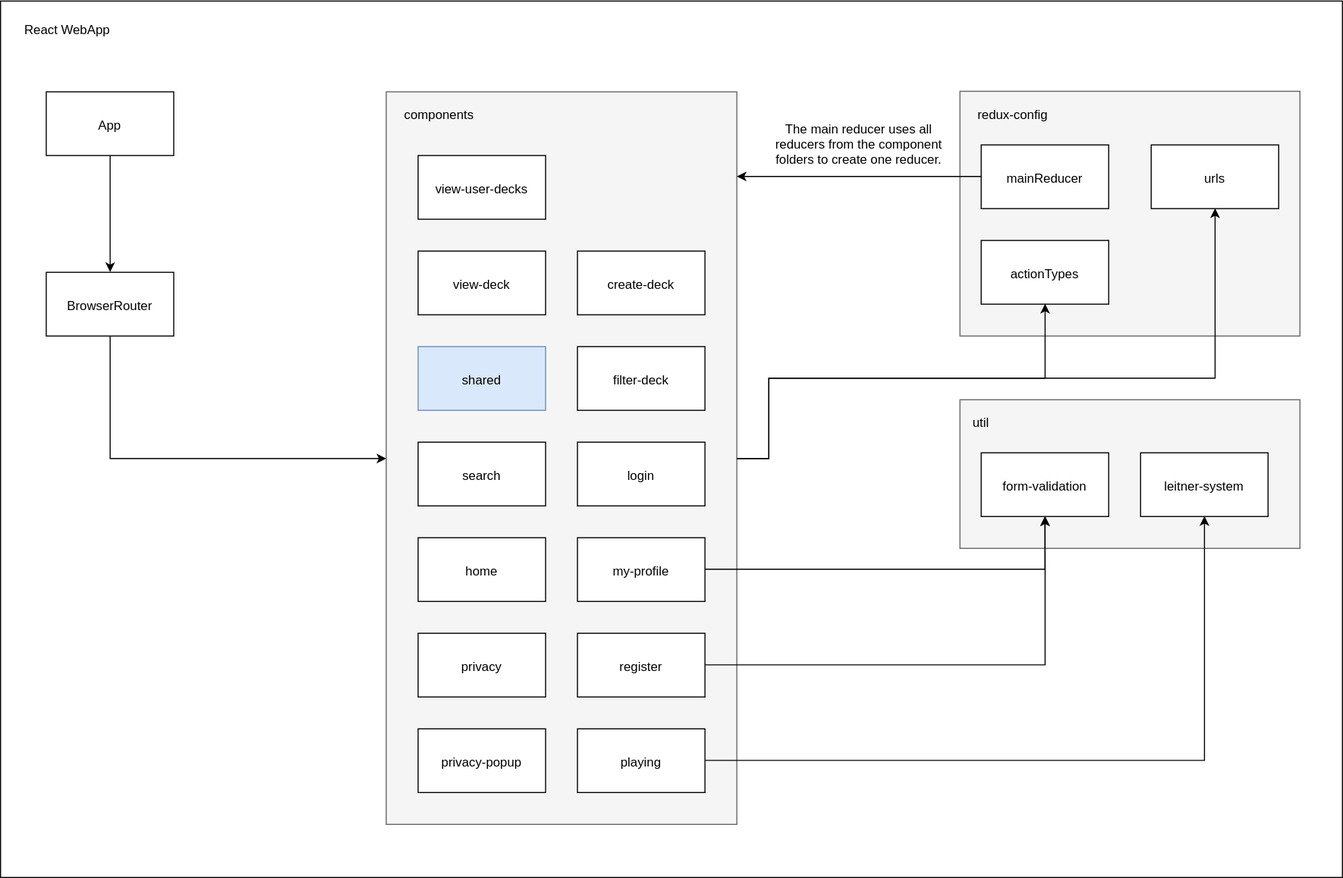
The draw.io diagram Documentatie/C4 model - React Native App Component.svg in JorisNijkamp1/Apprend, before a commit. Source tidied: cells renumbered, new cells last; positions are measured from the earlier drawing's top-left corner, leaving out a move shared by most shapes.
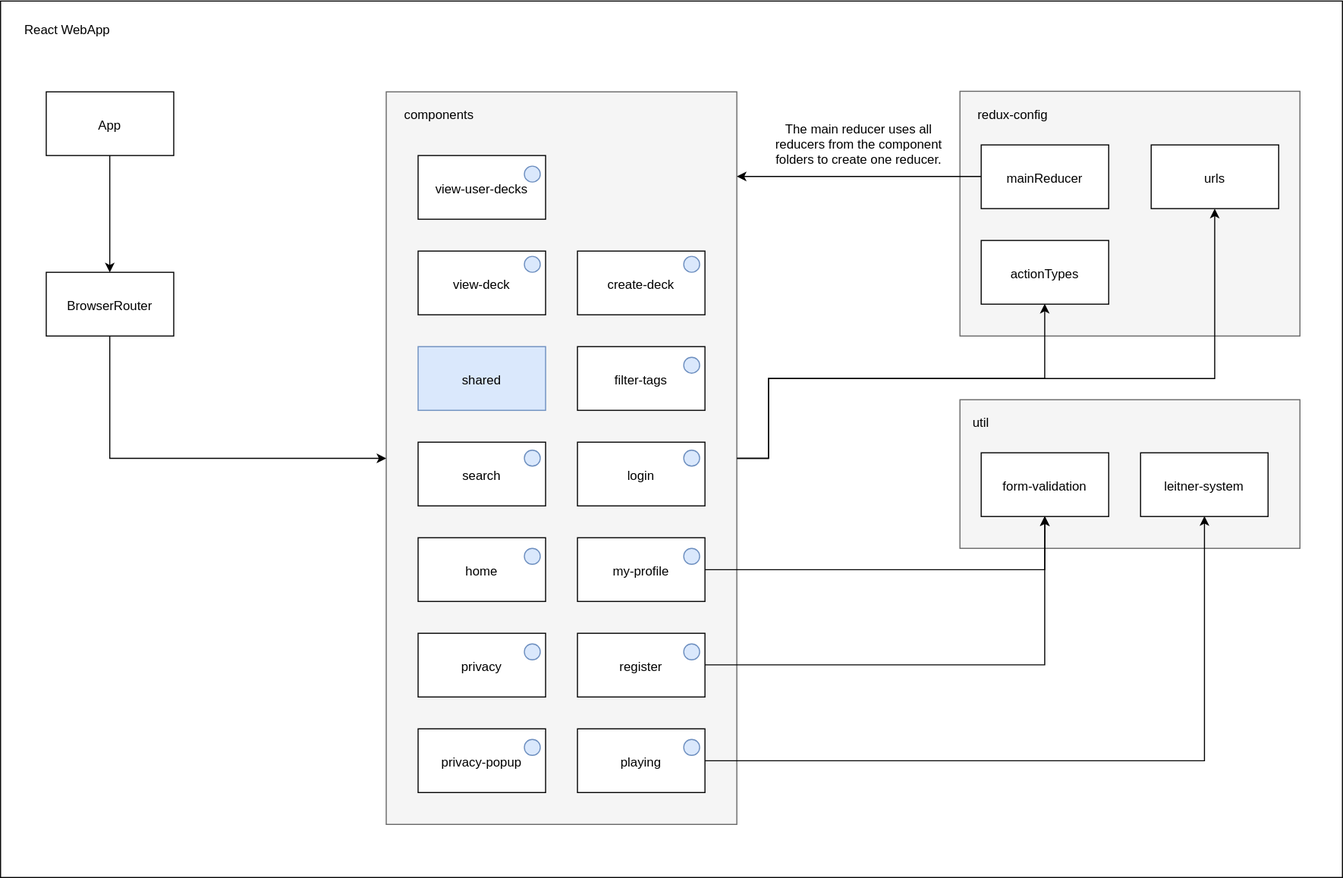
The same diagram one commit later.

Change to the diagram source:
```diff
@@ -58,7 +58,7 @@
     <mxCell id="18" value="create-deck" style="rounded=0;whiteSpace=wrap;html=1;" parent="1" vertex="1">
       <mxGeometry x="543" y="236" width="120" height="60" as="geometry" />
     </mxCell>
-    <mxCell id="19" value="filter-deck" style="rounded=0;whiteSpace=wrap;html=1;" parent="1" vertex="1">
+    <mxCell id="19" value="filter-tags" style="rounded=0;whiteSpace=wrap;html=1;" parent="1" vertex="1">
       <mxGeometry x="543" y="326" width="120" height="60" as="geometry" />
     </mxCell>
     <mxCell id="20" value="login" style="rounded=0;whiteSpace=wrap;html=1;" parent="1" vertex="1">
@@ -132,5 +132,41 @@
     <mxCell id="38" value="The main reducer uses all reducers from the component folders to create one reducer." style="text;html=1;strokeColor=none;fillColor=none;align=center;verticalAlign=middle;whiteSpace=wrap;rounded=0;" parent="1" vertex="1">
       <mxGeometry x="713" y="126" width="190" height="20" as="geometry" />
     </mxCell>
+    <mxCell id="39" style="ellipse;whiteSpace=wrap;html=1;fillColor=#dae8fc;strokeColor=#6c8ebf;" parent="1" vertex="1">
+      <mxGeometry x="493" y="241" width="15" height="15" as="geometry" />
+    </mxCell>
+    <mxCell id="40" style="ellipse;whiteSpace=wrap;html=1;fillColor=#dae8fc;strokeColor=#6c8ebf;" parent="1" vertex="1">
+      <mxGeometry x="493" y="156" width="15" height="15" as="geometry" />
+    </mxCell>
+    <mxCell id="41" style="ellipse;whiteSpace=wrap;html=1;fillColor=#dae8fc;strokeColor=#6c8ebf;" parent="1" vertex="1">
+      <mxGeometry x="643" y="241" width="15" height="15" as="geometry" />
+    </mxCell>
+    <mxCell id="42" style="ellipse;whiteSpace=wrap;html=1;fillColor=#dae8fc;strokeColor=#6c8ebf;" parent="1" vertex="1">
+      <mxGeometry x="643" y="336" width="15" height="15" as="geometry" />
+    </mxCell>
+    <mxCell id="43" style="ellipse;whiteSpace=wrap;html=1;fillColor=#dae8fc;strokeColor=#6c8ebf;" parent="1" vertex="1">
+      <mxGeometry x="493" y="516" width="15" height="15" as="geometry" />
+    </mxCell>
+    <mxCell id="44" style="ellipse;whiteSpace=wrap;html=1;fillColor=#dae8fc;strokeColor=#6c8ebf;" parent="1" vertex="1">
+      <mxGeometry x="643" y="423.5" width="15" height="15" as="geometry" />
+    </mxCell>
+    <mxCell id="45" style="ellipse;whiteSpace=wrap;html=1;fillColor=#dae8fc;strokeColor=#6c8ebf;" parent="1" vertex="1">
+      <mxGeometry x="643" y="516" width="15" height="15" as="geometry" />
+    </mxCell>
+    <mxCell id="46" style="ellipse;whiteSpace=wrap;html=1;fillColor=#dae8fc;strokeColor=#6c8ebf;" parent="1" vertex="1">
+      <mxGeometry x="493" y="423.5" width="15" height="15" as="geometry" />
+    </mxCell>
+    <mxCell id="47" style="ellipse;whiteSpace=wrap;html=1;fillColor=#dae8fc;strokeColor=#6c8ebf;" parent="1" vertex="1">
+      <mxGeometry x="493" y="606" width="15" height="15" as="geometry" />
+    </mxCell>
+    <mxCell id="48" style="ellipse;whiteSpace=wrap;html=1;fillColor=#dae8fc;strokeColor=#6c8ebf;" parent="1" vertex="1">
+      <mxGeometry x="643" y="606" width="15" height="15" as="geometry" />
+    </mxCell>
+    <mxCell id="49" style="ellipse;whiteSpace=wrap;html=1;fillColor=#dae8fc;strokeColor=#6c8ebf;" parent="1" vertex="1">
+      <mxGeometry x="493" y="696" width="15" height="15" as="geometry" />
+    </mxCell>
+    <mxCell id="50" style="ellipse;whiteSpace=wrap;html=1;fillColor=#dae8fc;strokeColor=#6c8ebf;" parent="1" vertex="1">
+      <mxGeometry x="643" y="696" width="15" height="15" as="geometry" />
+    </mxCell>
   </root>
 </mxGraphModel>
```
